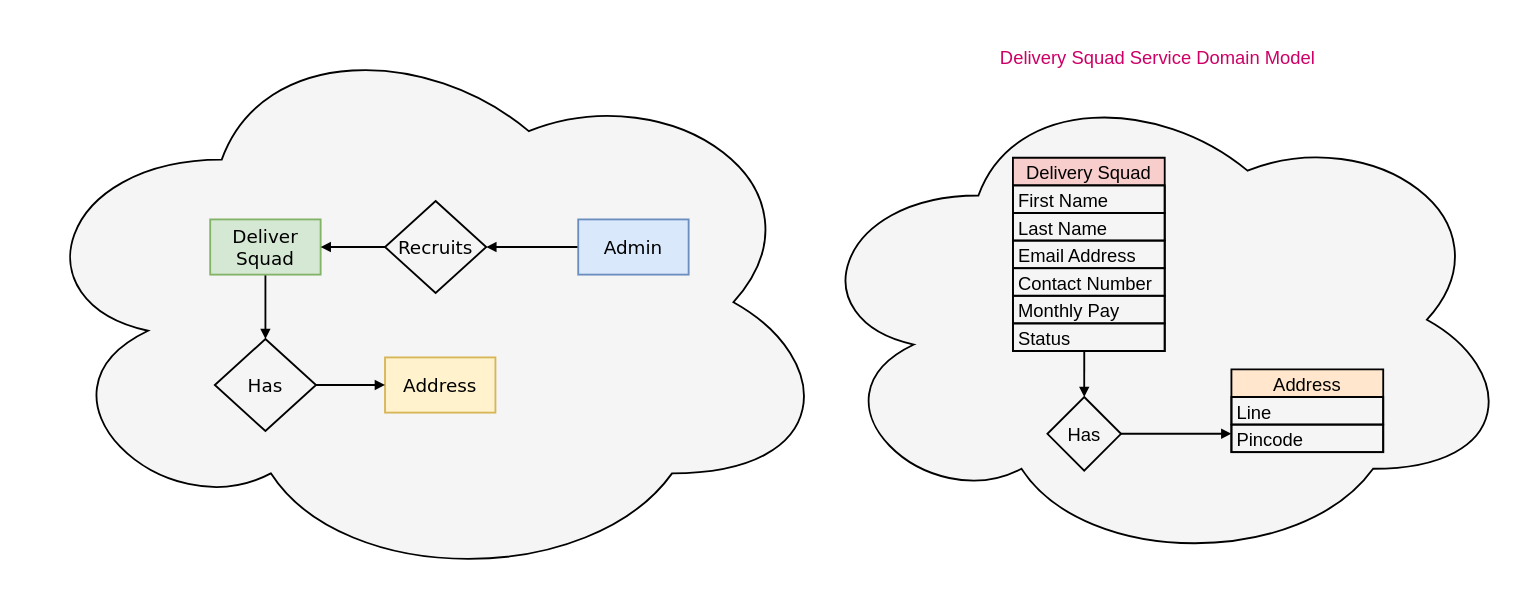
Above: docs/diagram/deliverysquad_service_domain_model.drawio in dudhwalas/dudhwala (draw.io), before the change. Source tidied: cells renumbered, new cells numbered last; positions are measured from the earlier drawing's top-left corner, leaving out a move shared by most shapes. Both pictures are drawn from the tidied source at 92%, with x=0, y=0 at pixel (17, 17).
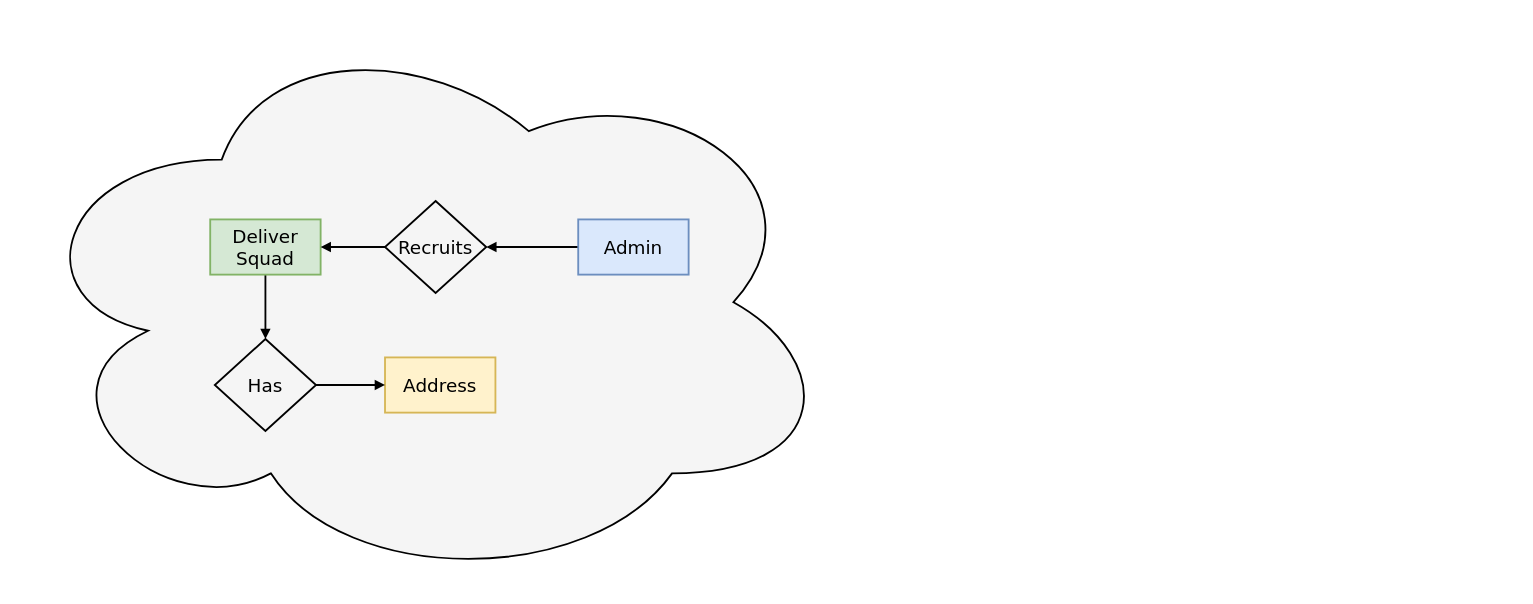
The same diagram, later.

Commit message (it also covers changes not shown here):
added delivery squad service specs

Diff of the diagram source:
```diff
@@
-    <mxCell id="2" value="Delivery Squad Service Domain Model" style="ellipse;shape=cloud;whiteSpace=wrap;html=1;fillColor=#f5f5f5;fontColor=#CC0066;strokeColor=#000000;strokeWidth=2;labelPosition=center;verticalLabelPosition=top;align=center;verticalAlign=bottom;fontSize=20;" parent="1" vertex="1">
-      <mxGeometry x="850" y="59" width="780" height="540" as="geometry" />
-    </mxCell>
-    <mxCell id="3" value="Delivery Squad" style="swimlane;fontStyle=0;horizontal=1;startSize=30;fillColor=#f8cecc;strokeColor=#000000;fontSize=20;strokeWidth=2;" parent="1" vertex="1">
-      <mxGeometry x="1082.5" y="153" width="165" height="210" as="geometry" />
-    </mxCell>
-    <mxCell id="4" value="First Name" style="text;strokeColor=#000000;fillColor=none;align=left;verticalAlign=middle;spacingLeft=4;spacingRight=4;overflow=hidden;fontSize=20;strokeWidth=2;" parent="3" vertex="1">
-      <mxGeometry y="30" width="165" height="30" as="geometry" />
-    </mxCell>
-    <mxCell id="5" value="Last Name" style="text;strokeColor=#000000;fillColor=none;align=left;verticalAlign=middle;spacingLeft=4;spacingRight=4;overflow=hidden;fontSize=20;strokeWidth=2;" parent="3" vertex="1">
-      <mxGeometry y="60" width="165" height="30" as="geometry" />
-    </mxCell>
-    <mxCell id="6" value="Email Address" style="text;strokeColor=#000000;fillColor=none;align=left;verticalAlign=middle;spacingLeft=4;spacingRight=4;overflow=hidden;fontSize=20;strokeWidth=2;" parent="3" vertex="1">
-      <mxGeometry y="90" width="165" height="30" as="geometry" />
-    </mxCell>
-    <mxCell id="7" value="Contact Number" style="text;strokeColor=#000000;fillColor=none;align=left;verticalAlign=middle;spacingLeft=4;spacingRight=4;overflow=hidden;fontSize=20;strokeWidth=2;" parent="3" vertex="1">
-      <mxGeometry y="120" width="165" height="30" as="geometry" />
-    </mxCell>
-    <mxCell id="8" value="Monthly Pay" style="text;strokeColor=#000000;fillColor=none;align=left;verticalAlign=middle;spacingLeft=4;spacingRight=4;overflow=hidden;fontSize=20;strokeWidth=2;" parent="3" vertex="1">
-      <mxGeometry y="150" width="165" height="30" as="geometry" />
-    </mxCell>
-    <mxCell id="9" value="Status" style="text;strokeColor=#000000;fillColor=none;align=left;verticalAlign=middle;spacingLeft=4;spacingRight=4;overflow=hidden;points=[[0,0.5],[1,0.5]];portConstraint=eastwest;fontSize=20;strokeWidth=2;" parent="3" vertex="1">
-      <mxGeometry y="180" width="165" height="30" as="geometry" />
-    </mxCell>
-    <mxCell id="10" value="Address" style="swimlane;fontStyle=0;horizontal=1;startSize=30;fillColor=#ffe6cc;strokeColor=#000000;fontSize=20;strokeWidth=2;" parent="1" vertex="1">
-      <mxGeometry x="1320" y="383" width="165" height="90" as="geometry" />
-    </mxCell>
-    <mxCell id="11" value="Line" style="text;strokeColor=#000000;fillColor=none;align=left;verticalAlign=middle;spacingLeft=4;spacingRight=4;overflow=hidden;fontSize=20;strokeWidth=2;" parent="10" vertex="1">
-      <mxGeometry y="30" width="165" height="30" as="geometry" />
-    </mxCell>
-    <mxCell id="12" value="Pincode" style="text;strokeColor=#000000;fillColor=none;align=left;verticalAlign=middle;spacingLeft=4;spacingRight=4;overflow=hidden;fontSize=20;strokeWidth=2;" parent="10" vertex="1">
-      <mxGeometry y="60" width="165" height="30" as="geometry" />
-    </mxCell>
-    <mxCell id="13" value="Has" style="rhombus;whiteSpace=wrap;html=1;fontSize=20;fillColor=none;strokeWidth=2;strokeColor=#000000;" parent="1" vertex="1">
-      <mxGeometry x="1120" y="413" width="80" height="80" as="geometry" />
-    </mxCell>
-    <mxCell id="14" style="edgeStyle=none;html=1;exitX=0.47;exitY=1;exitDx=0;exitDy=0;entryX=0.5;entryY=0;entryDx=0;entryDy=0;fontSize=20;exitPerimeter=0;endArrow=block;endFill=1;strokeWidth=2;strokeColor=#000000;" parent="1" edge="1" source="9" target="13">
-      <mxGeometry relative="1" as="geometry" />
-    </mxCell>
-    <mxCell id="15" style="edgeStyle=none;html=1;exitX=1;exitY=0.5;exitDx=0;exitDy=0;fontSize=20;endArrow=block;endFill=1;strokeWidth=2;strokeColor=#000000;" parent="1" edge="1" source="13">
-      <mxGeometry relative="1" as="geometry">
-        <mxPoint x="1320" y="453" as="targetPoint" />
-      </mxGeometry>
-    </mxCell>
```
